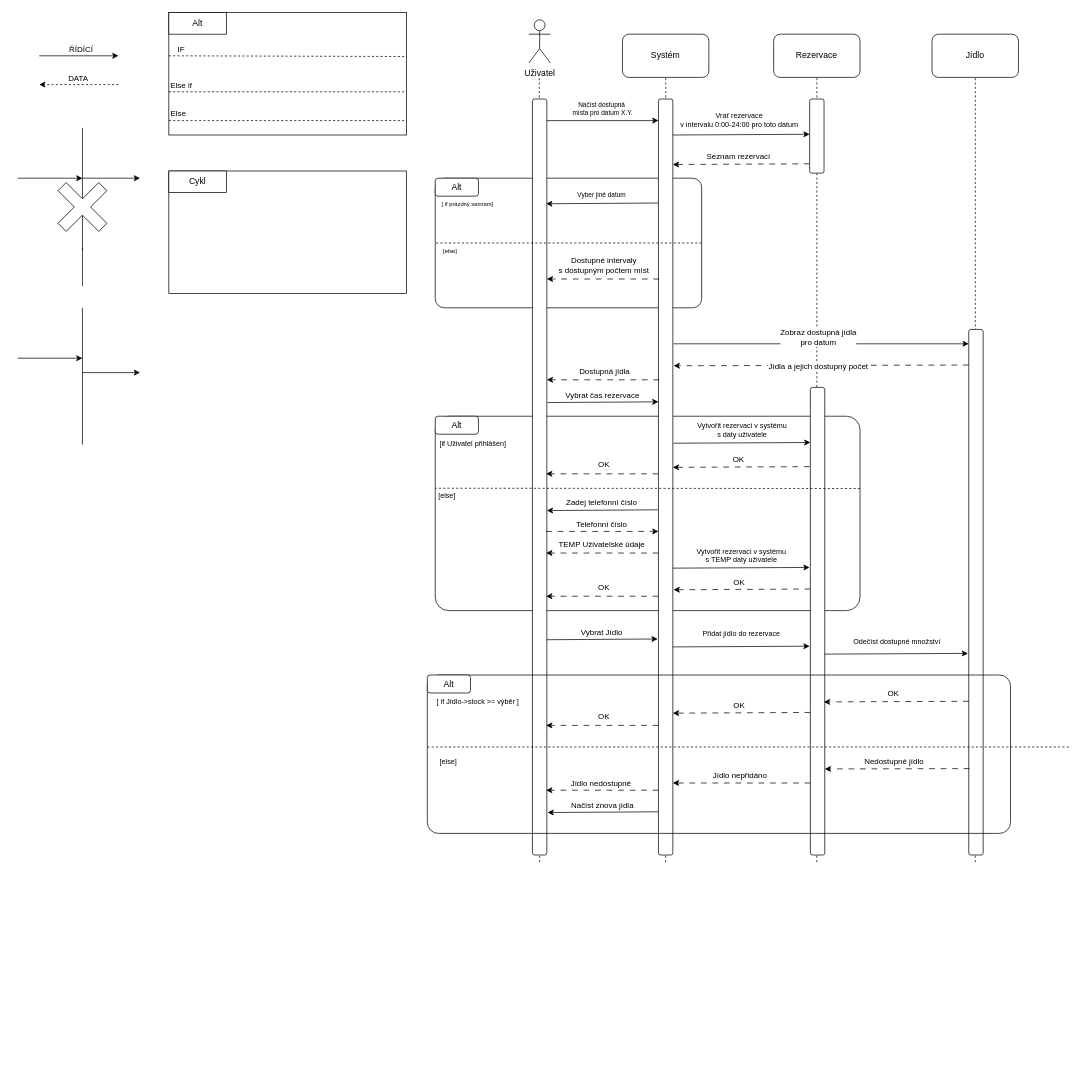
This is page "Sekvenční" (3 of 3) of Diagram.drawio from LPbigFish/SWI-Projekt, a draw.io file, before an edit. Source tidied: cells renumbered, new cells numbered last; positions are measured from the earlier drawing's top-left corner, leaving out a move shared by most shapes. Both pictures are drawn from the tidied source at 72%, with x=0, y=0 at pixel (17, 12).
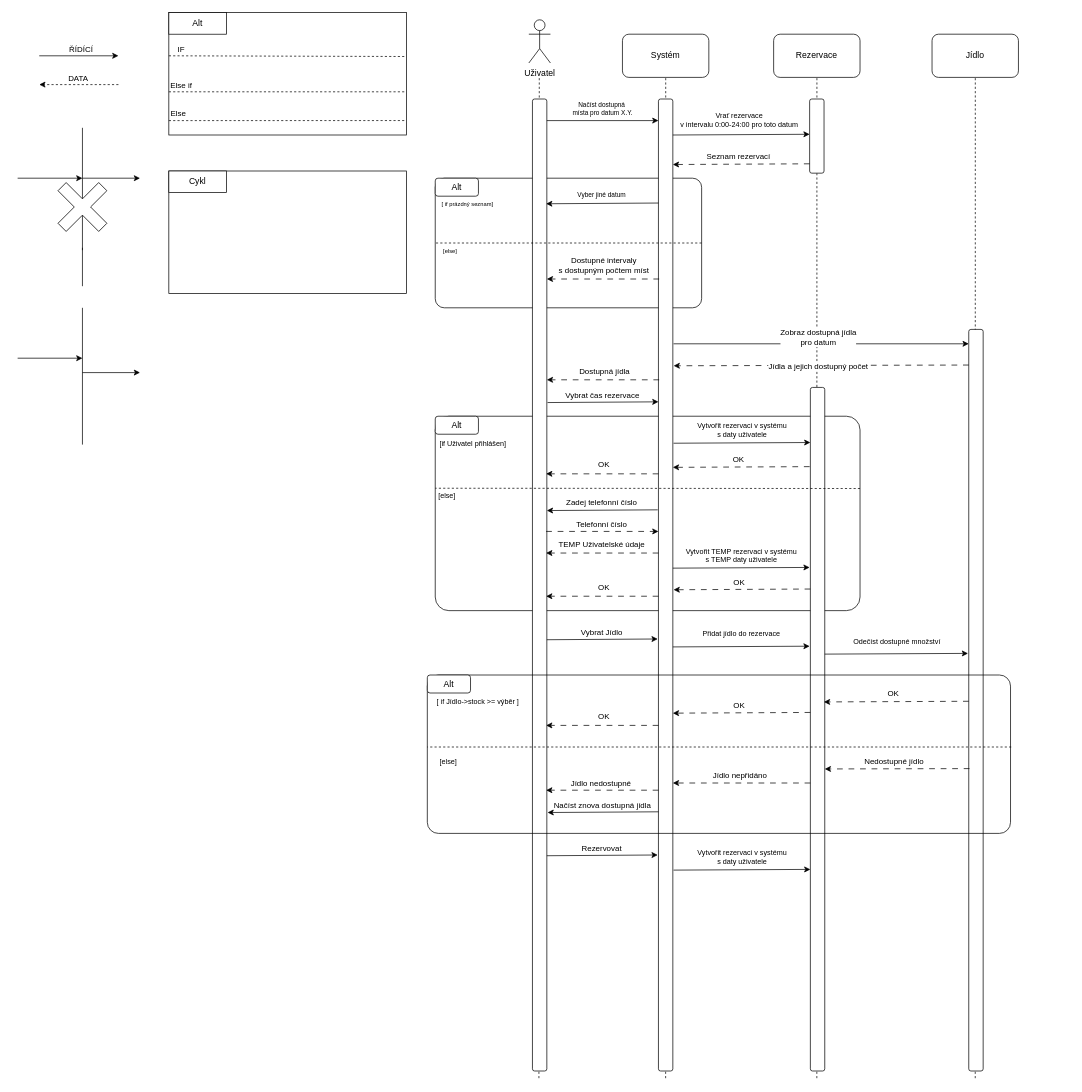
The same diagram, later.

The change refers to these unchanged cells:
```xml
<mxCell id="77" style="endArrow=classic;html=1;rounded=0;" parent="1" edge="1">
  <mxGeometry relative="1" as="geometry">
    <mxPoint x="910" y="771.6" as="sourcePoint" />
    <mxPoint x="1100" y="770.6" as="targetPoint" />
  </mxGeometry>
</mxCell>
<mxCell id="106" style="endArrow=classic;html=1;rounded=0;" parent="1" edge="1">
  <mxGeometry relative="1" as="geometry">
    <mxPoint x="890" y="1110" as="sourcePoint" />
    <mxPoint x="736" y="1111" as="targetPoint" />
  </mxGeometry>
</mxCell>
```

Change to the diagram source:
```diff
@@
     <mxCell id="2" style="endArrow=none;dashed=1;html=1;rounded=0;entryX=0.5;entryY=1;entryDx=0;entryDy=0;" parent="1" edge="1">
       <mxGeometry relative="1" as="geometry">
-        <mxPoint x="900" y="1180" as="sourcePoint" />
+        <mxPoint x="900" y="1480" as="sourcePoint" />
         <mxPoint x="900.1" y="90" as="targetPoint" />
       </mxGeometry>
     </mxCell>
     <mxCell id="3" style="endArrow=none;dashed=1;html=1;rounded=0;entryX=0.5;entryY=1;entryDx=0;entryDy=0;" parent="1" edge="1">
       <mxGeometry relative="1" as="geometry">
-        <mxPoint x="1110" y="1180" as="sourcePoint" />
+        <mxPoint x="1110" y="1480" as="sourcePoint" />
         <mxPoint x="1110.1" y="90" as="targetPoint" />
       </mxGeometry>
     </mxCell>
     <mxCell id="4" style="endArrow=none;dashed=1;html=1;rounded=0;entryX=0.5;entryY=1;entryDx=0;entryDy=0;" parent="1" edge="1">
       <mxGeometry relative="1" as="geometry">
-        <mxPoint x="1330" y="1180" as="sourcePoint" />
+        <mxPoint x="1330" y="1480" as="sourcePoint" />
         <mxPoint x="1330.1" y="90" as="targetPoint" />
       </mxGeometry>
     </mxCell>
@@
     <mxCell id="34" style="endArrow=none;dashed=1;html=1;rounded=0;entryX=0.5;entryY=1;entryDx=0;entryDy=0;" parent="1" edge="1">
       <mxGeometry relative="1" as="geometry">
-        <mxPoint x="725" y="1180" as="sourcePoint" />
+        <mxPoint x="724" y="1480" as="sourcePoint" />
         <mxPoint x="724.5" y="90" as="targetPoint" />
       </mxGeometry>
     </mxCell>
     <mxCell id="35" style="rounded=1;whiteSpace=wrap;html=1;" parent="1" vertex="1">
-      <mxGeometry x="890" y="120" width="20" height="1050" as="geometry" />
+      <mxGeometry x="890" y="120" width="20" height="1350" as="geometry" />
     </mxCell>
@@
     <mxCell id="37" style="rounded=1;whiteSpace=wrap;html=1;" parent="1" vertex="1">
-      <mxGeometry x="715" y="120" width="20" height="1050" as="geometry" />
+      <mxGeometry x="715" y="120" width="20" height="1350" as="geometry" />
     </mxCell>
     <mxCell id="38" style="rounded=1;whiteSpace=wrap;html=1;" parent="1" vertex="1">
-      <mxGeometry x="1321" y="440" width="20" height="730" as="geometry" />
+      <mxGeometry x="1321" y="440" width="20" height="1030" as="geometry" />
     </mxCell>
@@
     <mxCell id="53" style="rounded=1;whiteSpace=wrap;html=1;" parent="1" vertex="1">
-      <mxGeometry x="1101" y="520.6" width="20" height="649.4" as="geometry" />
+      <mxGeometry x="1101" y="520.6" width="20" height="949.4" as="geometry" />
     </mxCell>
@@
-    <mxCell id="78" value="Vytvořit rezervaci v systému&lt;br&gt;s TEMP daty uživatele" style="edgeLabel;html=1;align=center;verticalAlign=middle;fontSize=10;" parent="77" vertex="1">
+    <mxCell id="78" value="Vytvořit TEMP rezervaci v systému&lt;br&gt;s TEMP daty uživatele" style="edgeLabel;html=1;align=center;verticalAlign=middle;fontSize=10;" parent="77" vertex="1">
       <mxGeometry x="-0.07" y="-1" relative="1" as="geometry">
         <mxPoint x="6" y="-19" as="offset" />
       </mxGeometry>
     </mxCell>
@@
     <mxCell id="92" style="endArrow=none;dashed=1;html=1;rounded=0;entryX=0;entryY=0.5;entryDx=0;entryDy=0;" parent="1" edge="1">
       <mxGeometry relative="1" as="geometry">
-        <mxPoint x="1460" y="1020" as="sourcePoint" />
+        <mxPoint x="1380" y="1020" as="sourcePoint" />
         <mxPoint x="569" y="1020" as="targetPoint" />
       </mxGeometry>
     </mxCell>
@@
-    <mxCell id="107" value="Načíst znova jídla" style="edgeLabel;html=1;align=center;verticalAlign=middle;" parent="106" vertex="1">
+    <mxCell id="107" value="Načíst znova dostupná jídla" style="edgeLabel;html=1;align=center;verticalAlign=middle;" parent="106" vertex="1">
       <mxGeometry x="-0.25" relative="1" as="geometry">
         <mxPoint x="-21" y="-10" as="offset" />
       </mxGeometry>
     </mxCell>
+    <mxCell id="108" style="endArrow=classic;html=1;rounded=0;" parent="1" edge="1">
+      <mxGeometry relative="1" as="geometry">
+        <mxPoint x="735" y="1171" as="sourcePoint" />
+        <mxPoint x="889" y="1170" as="targetPoint" />
+      </mxGeometry>
+    </mxCell>
+    <mxCell id="109" value="Rezervovat" style="edgeLabel;html=1;align=center;verticalAlign=middle;" parent="108" vertex="1">
+      <mxGeometry x="-0.25" relative="1" as="geometry">
+        <mxPoint x="18" y="-10" as="offset" />
+      </mxGeometry>
+    </mxCell>
+    <mxCell id="110" style="endArrow=classic;html=1;rounded=0;" parent="1" edge="1">
+      <mxGeometry relative="1" as="geometry">
+        <mxPoint x="911" y="1191" as="sourcePoint" />
+        <mxPoint x="1101" y="1190" as="targetPoint" />
+      </mxGeometry>
+    </mxCell>
+    <mxCell id="111" value="Vytvořit rezervaci v systému&lt;br&gt;s daty uživatele" style="edgeLabel;html=1;align=center;verticalAlign=middle;fontSize=10;" parent="110" vertex="1">
+      <mxGeometry x="-0.07" y="-1" relative="1" as="geometry">
+        <mxPoint x="6" y="-19" as="offset" />
+      </mxGeometry>
+    </mxCell>
```
